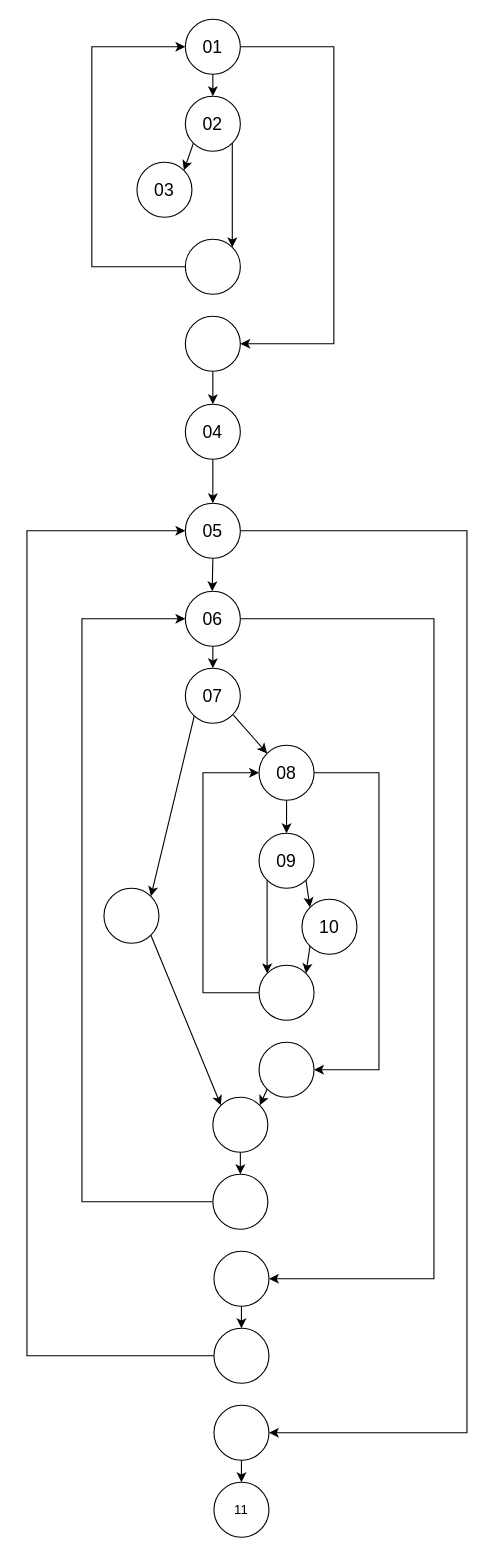
This is Softwaretechnik/7.1.a.drawio from wenont/HA, a draw.io file, before an edit. Source tidied: cells renumbered, new cells numbered last; positions are measured from the earlier drawing's top-left corner, leaving out a move shared by most shapes. Both pictures are drawn from the tidied source at 110%, with x=0, y=0 at pixel (26, 19).
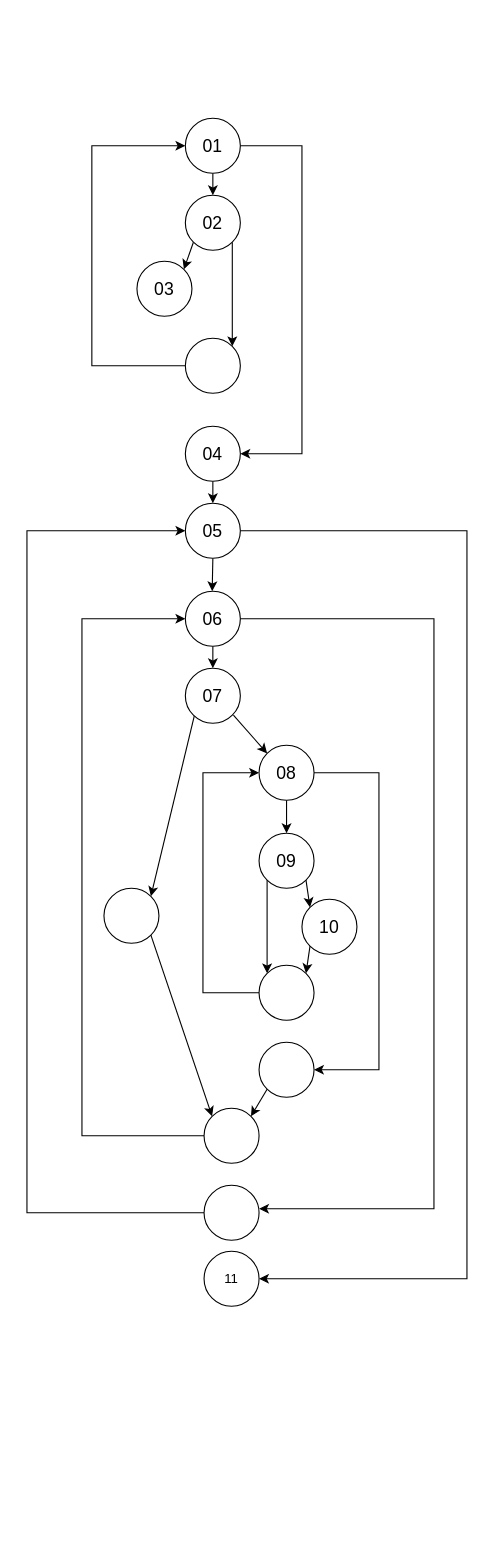
After the change.

Unchanged cells that the change refers to:
```xml
<mxCell id="17" value="&lt;font style=&quot;font-size: 16px&quot;&gt;05&lt;/font&gt;" style="ellipse;whiteSpace=wrap;html=1;" parent="1" vertex="1">
  <mxGeometry x="144" y="440" width="50" height="50" as="geometry" />
</mxCell>
<mxCell id="20" value="&lt;span style=&quot;font-size: 16px&quot;&gt;06&lt;/span&gt;" style="ellipse;whiteSpace=wrap;html=1;" parent="1" vertex="1">
  <mxGeometry x="144" y="520" width="50" height="50" as="geometry" />
</mxCell>
<mxCell id="28" style="ellipse;whiteSpace=wrap;html=1;" parent="1" vertex="1">
  <mxGeometry x="70" y="790" width="50" height="50" as="geometry" />
</mxCell>
<mxCell id="37" style="ellipse;whiteSpace=wrap;html=1;" parent="1" vertex="1">
  <mxGeometry x="211" y="930" width="50" height="50" as="geometry" />
</mxCell>
```

Change to the diagram source:
```diff
@@
-    <mxCell id="3" style="edgeStyle=orthogonalEdgeStyle;rounded=0;jettySize=auto;html=1;exitX=1;exitY=0.5;exitDx=0;exitDy=0;" parent="1" edge="1" source="4">
+    <mxCell id="3" style="edgeStyle=orthogonalEdgeStyle;rounded=0;jettySize=auto;html=1;exitX=1;exitY=0.5;exitDx=0;exitDy=0;entryX=1;entryY=0.5;entryDx=0;entryDy=0;" parent="1" edge="1" source="4" target="14">
       <mxGeometry relative="1" as="geometry">
-        <mxPoint x="194" y="295" as="targetPoint" />
         <Array as="points">
-          <mxPoint x="279" y="25" />
-          <mxPoint x="279" y="295" />
+          <mxPoint x="250" y="115" />
+          <mxPoint x="250" y="395" />
         </Array>
       </mxGeometry>
     </mxCell>
     <mxCell id="4" value="&lt;font style=&quot;font-size: 16px&quot;&gt;01&lt;/font&gt;" style="ellipse;whiteSpace=wrap;html=1;" parent="1" vertex="1">
-      <mxGeometry x="144" width="50" height="50" as="geometry" />
+      <mxGeometry x="144" y="90" width="50" height="50" as="geometry" />
     </mxCell>
     <mxCell id="5" style="edgeStyle=orthogonalEdgeStyle;rounded=0;jettySize=auto;html=1;exitX=0;exitY=0.5;exitDx=0;exitDy=0;entryX=0;entryY=0.5;entryDx=0;entryDy=0;" parent="1" edge="1" source="11" target="4">
       <mxGeometry relative="1" as="geometry">
         <Array as="points">
-          <mxPoint x="59" y="225" />
-          <mxPoint x="59" y="25" />
+          <mxPoint x="59" y="315" />
+          <mxPoint x="59" y="115" />
         </Array>
       </mxGeometry>
     </mxCell>
@@
     <mxCell id="8" value="&lt;span style=&quot;font-size: 16px&quot;&gt;02&lt;/span&gt;" style="ellipse;whiteSpace=wrap;html=1;" parent="1" vertex="1">
-      <mxGeometry x="144" y="70" width="50" height="50" as="geometry" />
+      <mxGeometry x="144" y="160" width="50" height="50" as="geometry" />
     </mxCell>
-    <mxCell id="9" style="edgeStyle=none;rounded=0;jettySize=auto;html=1;exitX=0.5;exitY=1;exitDx=0;exitDy=0;entryX=0.5;entryY=0;entryDx=0;entryDy=0;" parent="1" edge="1" source="10" target="14">
-      <mxGeometry relative="1" as="geometry" />
-    </mxCell>
-    <mxCell id="10" style="ellipse;whiteSpace=wrap;html=1;" parent="1" vertex="1">
-      <mxGeometry x="144" y="270" width="50" height="50" as="geometry" />
-    </mxCell>
     <mxCell id="11" style="ellipse;whiteSpace=wrap;html=1;" parent="1" vertex="1">
-      <mxGeometry x="144" y="200" width="50" height="50" as="geometry" />
+      <mxGeometry x="144" y="290" width="50" height="50" as="geometry" />
     </mxCell>
     <mxCell id="12" value="&lt;font style=&quot;font-size: 16px&quot;&gt;03&lt;/font&gt;" style="ellipse;whiteSpace=wrap;html=1;" parent="1" vertex="1">
-      <mxGeometry x="100" y="130" width="50" height="50" as="geometry" />
+      <mxGeometry x="100" y="220" width="50" height="50" as="geometry" />
     </mxCell>
@@
     <mxCell id="14" value="&lt;font style=&quot;font-size: 16px&quot;&gt;04&lt;/font&gt;" style="ellipse;whiteSpace=wrap;html=1;" parent="1" vertex="1">
-      <mxGeometry x="144" y="350" width="50" height="50" as="geometry" />
+      <mxGeometry x="144" y="370" width="50" height="50" as="geometry" />
     </mxCell>
@@
-    <mxCell id="16" style="edgeStyle=orthogonalEdgeStyle;rounded=0;jettySize=auto;html=1;exitX=1;exitY=0.5;exitDx=0;exitDy=0;entryX=1;entryY=0.5;entryDx=0;entryDy=0;" parent="1" edge="1" source="17" target="47">
+    <mxCell id="16" style="edgeStyle=orthogonalEdgeStyle;rounded=0;jettySize=auto;html=1;exitX=1;exitY=0.5;exitDx=0;exitDy=0;entryX=1;entryY=0.5;entryDx=0;entryDy=0;" parent="1" edge="1" source="17" target="48">
       <mxGeometry relative="1" as="geometry">
         <Array as="points">
           <mxPoint x="400" y="465" />
-          <mxPoint x="400" y="1285" />
+          <mxPoint x="400" y="1145" />
         </Array>
       </mxGeometry>
     </mxCell>
@@
-    <mxCell id="19" style="edgeStyle=orthogonalEdgeStyle;rounded=0;jettySize=auto;html=1;exitX=1;exitY=0.5;exitDx=0;exitDy=0;entryX=1;entryY=0.5;entryDx=0;entryDy=0;" parent="1" edge="1" source="20" target="43">
+    <mxCell id="19" style="edgeStyle=orthogonalEdgeStyle;rounded=0;jettySize=auto;html=1;exitX=1;exitY=0.5;exitDx=0;exitDy=0;entryX=1.001;entryY=0.428;entryDx=0;entryDy=0;entryPerimeter=0;" parent="1" edge="1" source="20" target="45">
       <mxGeometry relative="1" as="geometry">
         <Array as="points">
           <mxPoint x="370" y="545" />
-          <mxPoint x="370" y="1145" />
+          <mxPoint x="370" y="1081" />
+          <mxPoint x="211" y="1081" />
         </Array>
       </mxGeometry>
     </mxCell>
@@
-    <mxCell id="27" style="edgeStyle=none;rounded=0;jettySize=auto;html=1;exitX=1;exitY=1;exitDx=0;exitDy=0;entryX=0;entryY=0;entryDx=0;entryDy=0;" parent="1" edge="1" source="28" target="39">
+    <mxCell id="27" style="edgeStyle=none;rounded=0;jettySize=auto;html=1;exitX=1;exitY=1;exitDx=0;exitDy=0;entryX=0;entryY=0;entryDx=0;entryDy=0;" parent="1" edge="1" source="28" target="41">
       <mxGeometry relative="1" as="geometry" />
     </mxCell>
@@
-    <mxCell id="36" style="rounded=0;jettySize=auto;html=1;exitX=0;exitY=1;exitDx=0;exitDy=0;entryX=1;entryY=0;entryDx=0;entryDy=0;" parent="1" edge="1" source="37" target="39">
+    <mxCell id="36" style="rounded=0;jettySize=auto;html=1;exitX=0;exitY=1;exitDx=0;exitDy=0;entryX=1;entryY=0;entryDx=0;entryDy=0;" parent="1" edge="1" source="37" target="41">
       <mxGeometry relative="1" as="geometry" />
     </mxCell>
@@
-    <mxCell id="38" style="edgeStyle=none;rounded=0;jettySize=auto;html=1;exitX=0.5;exitY=1;exitDx=0;exitDy=0;entryX=0.5;entryY=0;entryDx=0;entryDy=0;" parent="1" edge="1" source="39" target="41">
-      <mxGeometry relative="1" as="geometry" />
-    </mxCell>
-    <mxCell id="39" style="ellipse;whiteSpace=wrap;html=1;" parent="1" vertex="1">
-      <mxGeometry x="169" y="980" width="50" height="50" as="geometry" />
-    </mxCell>
     <mxCell id="40" style="edgeStyle=orthogonalEdgeStyle;rounded=0;jettySize=auto;html=1;exitX=0;exitY=0.5;exitDx=0;exitDy=0;entryX=0;entryY=0.5;entryDx=0;entryDy=0;" parent="1" edge="1" source="41" target="20">
       <mxGeometry relative="1" as="geometry">
         <Array as="points">
-          <mxPoint x="50" y="1075" />
+          <mxPoint x="50" y="1015" />
           <mxPoint x="50" y="545" />
         </Array>
       </mxGeometry>
     </mxCell>
     <mxCell id="41" style="ellipse;whiteSpace=wrap;html=1;" parent="1" vertex="1">
-      <mxGeometry x="169" y="1050" width="50" height="50" as="geometry" />
+      <mxGeometry x="161" y="990" width="50" height="50" as="geometry" />
     </mxCell>
-    <mxCell id="42" style="edgeStyle=orthogonalEdgeStyle;rounded=0;jettySize=auto;html=1;exitX=0.5;exitY=1;exitDx=0;exitDy=0;entryX=0.5;entryY=0;entryDx=0;entryDy=0;" parent="1" edge="1" source="43" target="45">
-      <mxGeometry relative="1" as="geometry" />
-    </mxCell>
-    <mxCell id="43" style="ellipse;whiteSpace=wrap;html=1;" parent="1" vertex="1">
-      <mxGeometry x="170" y="1120" width="50" height="50" as="geometry" />
-    </mxCell>
     <mxCell id="44" style="edgeStyle=orthogonalEdgeStyle;rounded=0;jettySize=auto;html=1;exitX=0;exitY=0.5;exitDx=0;exitDy=0;entryX=0;entryY=0.5;entryDx=0;entryDy=0;" parent="1" edge="1" source="45" target="17">
       <mxGeometry relative="1" as="geometry">
         <Array as="points">
-          <mxPoint y="1215" />
+          <mxPoint y="1085" />
           <mxPoint y="465" />
         </Array>
       </mxGeometry>
     </mxCell>
     <mxCell id="45" style="ellipse;whiteSpace=wrap;html=1;" parent="1" vertex="1">
-      <mxGeometry x="170" y="1190" width="50" height="50" as="geometry" />
+      <mxGeometry x="161" y="1060" width="50" height="50" as="geometry" />
     </mxCell>
-    <mxCell id="46" style="edgeStyle=orthogonalEdgeStyle;rounded=0;jettySize=auto;html=1;exitX=0.5;exitY=1;exitDx=0;exitDy=0;entryX=0.5;entryY=0;entryDx=0;entryDy=0;" parent="1" edge="1" source="47" target="48">
-      <mxGeometry relative="1" as="geometry" />
-    </mxCell>
-    <mxCell id="47" style="ellipse;whiteSpace=wrap;html=1;" parent="1" vertex="1">
-      <mxGeometry x="170" y="1260" width="50" height="50" as="geometry" />
-    </mxCell>
     <mxCell id="48" value="11" style="ellipse;whiteSpace=wrap;html=1;" parent="1" vertex="1">
-      <mxGeometry x="170" y="1330" width="50" height="50" as="geometry" />
+      <mxGeometry x="161" y="1120" width="50" height="50" as="geometry" />
     </mxCell>
```
